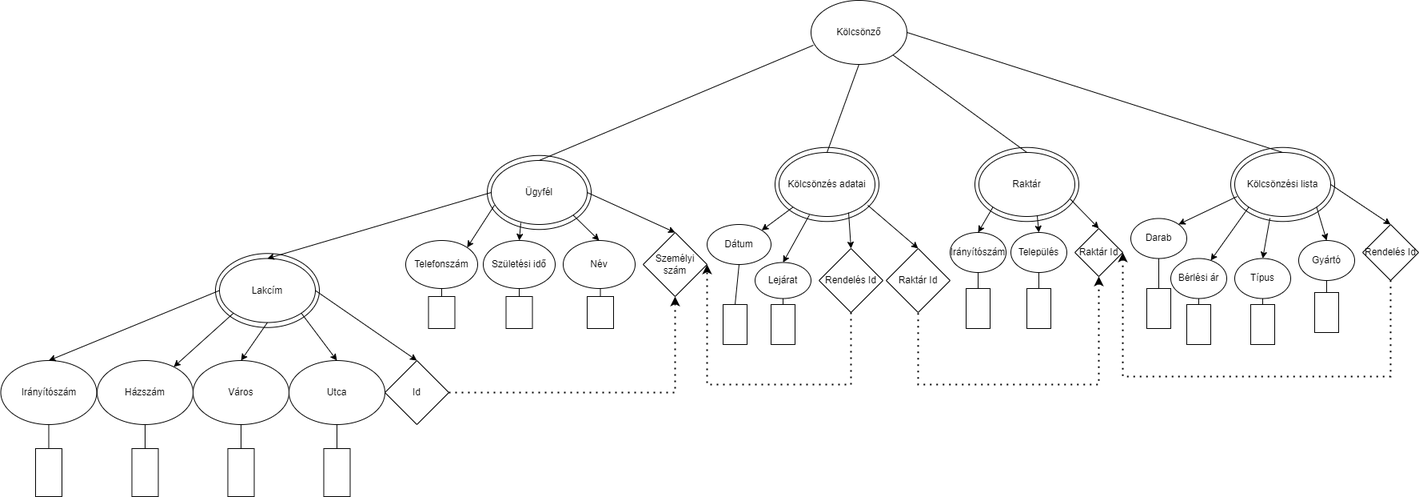
Before: XMLTaskGFMV6T/XDMGFMV6T.png, a diagram exported from draw.io (ladiand/GFMV6T_XMLGyak). Source tidied: cells renumbered, new cells last; positions are measured from the earlier drawing's top-left corner, leaving out a move shared by most shapes.
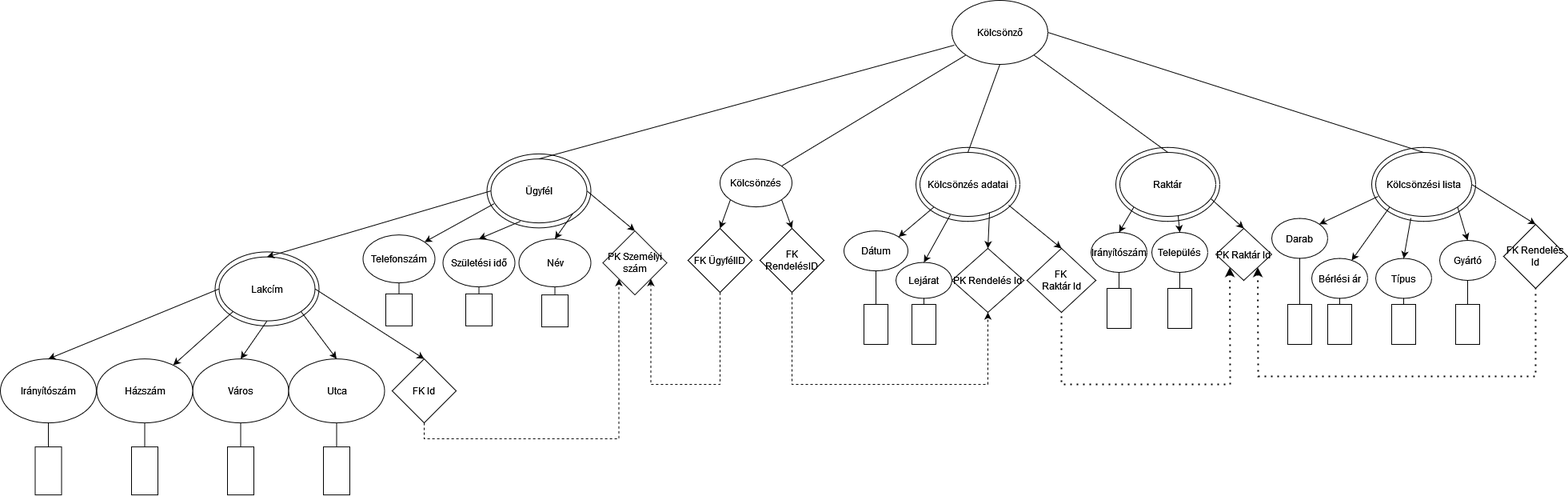
The same file after the commit.

Change to the diagram source:
```diff
@@ -12,22 +12,22 @@
       <mxGeometry x="969" y="183.8" width="130" height="92.5" as="geometry" />
     </mxCell>
     <mxCell id="5" style="ellipse;whiteSpace=wrap;html=1;shadow=0;sketch=0;strokeWidth=1;gradientColor=none;" parent="1" vertex="1">
-      <mxGeometry x="609" y="193.8" width="130" height="92.5" as="geometry" />
+      <mxGeometry x="432.5" y="191.9" width="130" height="92.5" as="geometry" />
     </mxCell>
     <mxCell id="6" style="ellipse;whiteSpace=wrap;html=1;shadow=0;sketch=0;strokeWidth=1;gradientColor=none;" parent="1" vertex="1">
-      <mxGeometry x="269" y="316.2" width="130" height="92.5" as="geometry" />
+      <mxGeometry x="92.5" y="314.4" width="130" height="92.5" as="geometry" />
     </mxCell>
     <mxCell id="7" value="&lt;div&gt;Kölcsönző&lt;/div&gt;" style="ellipse;whiteSpace=wrap;html=1;" parent="1" vertex="1">
       <mxGeometry x="1014" width="120" height="80" as="geometry" />
     </mxCell>
     <mxCell id="8" value="Lakcím" style="ellipse;whiteSpace=wrap;html=1;sketch=0;shadow=0;perimeterSpacing=0;strokeWidth=1;" parent="1" vertex="1">
-      <mxGeometry x="274" y="322.5" width="120" height="80" as="geometry" />
+      <mxGeometry x="97.5" y="320.6" width="120" height="80" as="geometry" />
     </mxCell>
     <mxCell id="9" value="Város" style="ellipse;whiteSpace=wrap;html=1;shadow=0;sketch=0;" parent="1" vertex="1">
-      <mxGeometry x="241" y="450" width="120" height="80" as="geometry" />
+      <mxGeometry x="64.5" y="448.1" width="120" height="80" as="geometry" />
     </mxCell>
     <mxCell id="10" value="Utca" style="ellipse;whiteSpace=wrap;html=1;shadow=0;sketch=0;" parent="1" vertex="1">
-      <mxGeometry x="361" y="450" width="120" height="80" as="geometry" />
+      <mxGeometry x="184.5" y="448.1" width="120" height="80" as="geometry" />
     </mxCell>
     <mxCell id="11" style="endArrow=classic;html=1;rounded=0;exitX=0.5;exitY=1;exitDx=0;exitDy=0;entryX=0.5;entryY=0;entryDx=0;entryDy=0;" parent="1" edge="1" source="8" target="9">
       <mxGeometry relative="1" as="geometry" />
@@ -35,35 +35,38 @@
     <mxCell id="12" style="endArrow=classic;html=1;rounded=0;exitX=1;exitY=1;exitDx=0;exitDy=0;entryX=0.5;entryY=0;entryDx=0;entryDy=0;" parent="1" edge="1" source="8" target="10">
       <mxGeometry relative="1" as="geometry" />
     </mxCell>
+    <mxCell id="92" style="edgeStyle=orthogonalEdgeStyle;rounded=0;jettySize=auto;html=1;exitX=0.5;exitY=1;exitDx=0;exitDy=0;entryX=0;entryY=1;entryDx=0;entryDy=0;dashed=1;startArrow=none;startFill=0;endArrow=classic;endFill=1;" parent="1" edge="1" source="13" target="36">
+      <mxGeometry relative="1" as="geometry" />
+    </mxCell>
-    <mxCell id="13" value="Id" style="rhombus;whiteSpace=wrap;html=1;shadow=0;sketch=0;" parent="1" vertex="1">
-      <mxGeometry x="481" y="450" width="80" height="80" as="geometry" />
+    <mxCell id="13" value="&lt;div&gt;FK Id&lt;/div&gt;" style="rhombus;whiteSpace=wrap;html=1;shadow=0;sketch=0;" parent="1" vertex="1">
+      <mxGeometry x="314" y="448.1" width="80" height="80" as="geometry" />
     </mxCell>
     <mxCell id="14" style="endArrow=classic;html=1;rounded=0;entryX=0.5;entryY=0;entryDx=0;entryDy=0;exitX=1;exitY=0.5;exitDx=0;exitDy=0;" parent="1" edge="1" source="8" target="13">
       <mxGeometry relative="1" as="geometry" />
     </mxCell>
     <mxCell id="15" value="Házszám" style="ellipse;whiteSpace=wrap;html=1;shadow=0;sketch=0;" parent="1" vertex="1">
-      <mxGeometry x="121" y="450" width="120" height="80" as="geometry" />
+      <mxGeometry x="-55.5" y="448.1" width="120" height="80" as="geometry" />
     </mxCell>
     <mxCell id="16" style="endArrow=classic;html=1;rounded=0;exitX=0;exitY=1;exitDx=0;exitDy=0;" parent="1" edge="1" source="8" target="15">
       <mxGeometry relative="1" as="geometry" />
     </mxCell>
     <mxCell id="17" value="Irányítószám" style="ellipse;whiteSpace=wrap;html=1;shadow=0;sketch=0;" parent="1" vertex="1">
-      <mxGeometry x="0.5" y="450" width="120" height="80" as="geometry" />
+      <mxGeometry x="-176" y="448.1" width="120" height="80" as="geometry" />
     </mxCell>
     <mxCell id="18" style="endArrow=classic;html=1;rounded=0;entryX=0.5;entryY=0;entryDx=0;entryDy=0;exitX=0;exitY=0.5;exitDx=0;exitDy=0;" parent="1" edge="1" source="8" target="17">
       <mxGeometry relative="1" as="geometry" />
     </mxCell>
     <mxCell id="19" style="rounded=0;whiteSpace=wrap;html=1;shadow=0;sketch=0;" parent="1" vertex="1">
-      <mxGeometry x="164.5" y="560" width="33" height="60" as="geometry" />
+      <mxGeometry x="-12" y="558.1" width="33" height="60" as="geometry" />
     </mxCell>
     <mxCell id="20" style="rounded=0;whiteSpace=wrap;html=1;shadow=0;sketch=0;" parent="1" vertex="1">
-      <mxGeometry x="44" y="560" width="33" height="60" as="geometry" />
+      <mxGeometry x="-132.5" y="558.1" width="33" height="60" as="geometry" />
     </mxCell>
     <mxCell id="21" style="rounded=0;whiteSpace=wrap;html=1;shadow=0;sketch=0;" parent="1" vertex="1">
-      <mxGeometry x="284.5" y="560" width="33" height="60" as="geometry" />
+      <mxGeometry x="108" y="558.1" width="33" height="60" as="geometry" />
     </mxCell>
     <mxCell id="22" style="rounded=0;whiteSpace=wrap;html=1;shadow=0;sketch=0;" parent="1" vertex="1">
-      <mxGeometry x="404.5" y="560" width="33" height="60" as="geometry" />
+      <mxGeometry x="228" y="558.1" width="33" height="60" as="geometry" />
     </mxCell>
     <mxCell id="23" style="endArrow=none;html=1;rounded=0;entryX=0.5;entryY=1;entryDx=0;entryDy=0;exitX=0.5;exitY=0;exitDx=0;exitDy=0;" parent="1" edge="1" source="20" target="17">
       <mxGeometry relative="1" as="geometry" />
@@ -78,19 +81,19 @@
       <mxGeometry relative="1" as="geometry" />
     </mxCell>
     <mxCell id="27" value="Ügyfél" style="ellipse;whiteSpace=wrap;html=1;shadow=0;sketch=0;" parent="1" vertex="1">
-      <mxGeometry x="614" y="200" width="120" height="80" as="geometry" />
+      <mxGeometry x="437.5" y="198.1" width="120" height="80" as="geometry" />
     </mxCell>
     <mxCell id="28" style="endArrow=classic;html=1;rounded=0;entryX=0.5;entryY=0;entryDx=0;entryDy=0;exitX=0;exitY=0.5;exitDx=0;exitDy=0;" parent="1" edge="1" source="27" target="8">
       <mxGeometry relative="1" as="geometry" />
     </mxCell>
     <mxCell id="29" value="Születési idő" style="ellipse;whiteSpace=wrap;html=1;shadow=0;sketch=0;" parent="1" vertex="1">
-      <mxGeometry x="604" y="300" width="90" height="60" as="geometry" />
+      <mxGeometry x="377.5" y="298.1" width="90" height="60" as="geometry" />
     </mxCell>
     <mxCell id="30" value="Név" style="ellipse;whiteSpace=wrap;html=1;shadow=0;sketch=0;" parent="1" vertex="1">
-      <mxGeometry x="704" y="300" width="90" height="60" as="geometry" />
+      <mxGeometry x="472.5" y="298.1" width="90" height="60" as="geometry" />
     </mxCell>
     <mxCell id="31" value="Telefonszám" style="ellipse;whiteSpace=wrap;html=1;shadow=0;sketch=0;" parent="1" vertex="1">
-      <mxGeometry x="507" y="300" width="90" height="60" as="geometry" />
+      <mxGeometry x="277.5" y="293.1" width="90" height="60" as="geometry" />
     </mxCell>
     <mxCell id="32" style="endArrow=classic;html=1;rounded=0;entryX=1;entryY=0;entryDx=0;entryDy=0;exitX=0.033;exitY=0.7;exitDx=0;exitDy=0;exitPerimeter=0;" parent="1" edge="1" source="27" target="31">
       <mxGeometry relative="1" as="geometry" />
@@ -104,46 +107,52 @@
     <mxCell id="35" style="endArrow=classic;html=1;rounded=0;entryX=0.5;entryY=0;entryDx=0;entryDy=0;exitX=1;exitY=0.5;exitDx=0;exitDy=0;" parent="1" edge="1" source="27" target="36">
       <mxGeometry relative="1" as="geometry" />
     </mxCell>
+    <mxCell id="94" style="edgeStyle=orthogonalEdgeStyle;rounded=0;jettySize=auto;html=1;entryX=0.5;entryY=1;entryDx=0;entryDy=0;dashed=1;endArrow=none;endFill=0;startArrow=classic;startFill=1;exitX=1;exitY=1;exitDx=0;exitDy=0;" parent="1" edge="1" source="36" target="96">
+      <mxGeometry relative="1" as="geometry">
+        <Array as="points">
+          <mxPoint x="637" y="480" />
+          <mxPoint x="724" y="480" />
+        </Array>
+      </mxGeometry>
+    </mxCell>
-    <mxCell id="36" value="Személyi szám" style="rhombus;whiteSpace=wrap;html=1;shadow=0;sketch=0;" parent="1" vertex="1">
-      <mxGeometry x="804" y="290" width="80" height="80" as="geometry" />
+    <mxCell id="36" value="PK Személyi szám" style="rhombus;whiteSpace=wrap;html=1;shadow=0;sketch=0;fontStyle=0;" parent="1" vertex="1">
+      <mxGeometry x="577.5" y="288.1" width="80" height="80" as="geometry" />
     </mxCell>
     <mxCell id="37" style="rounded=0;whiteSpace=wrap;html=1;shadow=0;sketch=0;" parent="1" vertex="1">
-      <mxGeometry x="535.5" y="370" width="33" height="40" as="geometry" />
+      <mxGeometry x="306" y="366.9" width="33" height="40" as="geometry" />
     </mxCell>
     <mxCell id="38" style="endArrow=none;html=1;rounded=0;entryX=0.5;entryY=1;entryDx=0;entryDy=0;exitX=0.5;exitY=0;exitDx=0;exitDy=0;" parent="1" edge="1" source="37" target="31">
       <mxGeometry relative="1" as="geometry" />
     </mxCell>
     <mxCell id="39" style="rounded=0;whiteSpace=wrap;html=1;shadow=0;sketch=0;" parent="1" vertex="1">
-      <mxGeometry x="632.5" y="370" width="33" height="40" as="geometry" />
+      <mxGeometry x="406" y="366.9" width="33" height="40" as="geometry" />
     </mxCell>
     <mxCell id="40" style="endArrow=none;html=1;rounded=0;entryX=0.5;entryY=1;entryDx=0;entryDy=0;exitX=0.5;exitY=0;exitDx=0;exitDy=0;" parent="1" edge="1" source="39" target="29">
       <mxGeometry relative="1" as="geometry" />
     </mxCell>
     <mxCell id="41" style="rounded=0;whiteSpace=wrap;html=1;shadow=0;sketch=0;" parent="1" vertex="1">
-      <mxGeometry x="734" y="370" width="33" height="40" as="geometry" />
+      <mxGeometry x="501" y="368.1" width="33" height="40" as="geometry" />
     </mxCell>
-    <mxCell id="42" style="endArrow=none;html=1;rounded=0;entryX=0.5;entryY=1;entryDx=0;entryDy=0;exitX=0.5;exitY=0;exitDx=0;exitDy=0;" parent="1" edge="1" source="41">
-      <mxGeometry relative="1" as="geometry">
-        <mxPoint x="750.5" y="360" as="targetPoint" />
-      </mxGeometry>
+    <mxCell id="42" style="endArrow=none;html=1;rounded=0;entryX=0.5;entryY=1;entryDx=0;entryDy=0;exitX=0.5;exitY=0;exitDx=0;exitDy=0;" parent="1" edge="1" source="41" target="30">
+      <mxGeometry relative="1" as="geometry" />
     </mxCell>
     <mxCell id="43" value="Kölcsönzés adatai" style="ellipse;whiteSpace=wrap;html=1;shadow=0;sketch=0;" parent="1" vertex="1">
       <mxGeometry x="974" y="190" width="120" height="80" as="geometry" />
     </mxCell>
-    <mxCell id="44" value="&lt;div&gt;Raktár Id&lt;/div&gt;" style="rhombus;whiteSpace=wrap;html=1;shadow=0;sketch=0;" parent="1" vertex="1">
-      <mxGeometry x="1108" y="310" width="80" height="80" as="geometry" />
+    <mxCell id="44" value="FK &lt;br&gt;&lt;div&gt;Raktár Id&lt;/div&gt;" style="rhombus;whiteSpace=wrap;html=1;shadow=0;sketch=0;" parent="1" vertex="1">
+      <mxGeometry x="1108" y="310" width="86" height="80" as="geometry" />
     </mxCell>
     <mxCell id="45" style="endArrow=classic;html=1;rounded=0;exitX=0.925;exitY=0.825;exitDx=0;exitDy=0;exitPerimeter=0;entryX=0.5;entryY=0;entryDx=0;entryDy=0;" parent="1" edge="1" source="43" target="44">
       <mxGeometry relative="1" as="geometry" />
     </mxCell>
-    <mxCell id="46" value="Rendelés Id" style="rhombus;whiteSpace=wrap;html=1;shadow=0;sketch=0;" parent="1" vertex="1">
-      <mxGeometry x="1024" y="310" width="80" height="80" as="geometry" />
+    <mxCell id="46" value="PK Rendelés Id" style="rhombus;whiteSpace=wrap;html=1;shadow=0;sketch=0;" parent="1" vertex="1">
+      <mxGeometry x="1014" y="310" width="90" height="80" as="geometry" />
     </mxCell>
     <mxCell id="47" style="endArrow=classic;html=1;rounded=0;exitX=0.725;exitY=0.938;exitDx=0;exitDy=0;exitPerimeter=0;entryX=0.5;entryY=0;entryDx=0;entryDy=0;" parent="1" edge="1" source="43" target="46">
       <mxGeometry relative="1" as="geometry" />
     </mxCell>
     <mxCell id="48" value="Dátum" style="ellipse;whiteSpace=wrap;html=1;shadow=0;sketch=0;" parent="1" vertex="1">
-      <mxGeometry x="884" y="280" width="80" height="50" as="geometry" />
+      <mxGeometry x="879" y="288.1" width="80" height="50" as="geometry" />
     </mxCell>
     <mxCell id="49" value="Lejárat" style="ellipse;whiteSpace=wrap;html=1;shadow=0;sketch=0;" parent="1" vertex="1">
       <mxGeometry x="944" y="327.5" width="70" height="45" as="geometry" />
@@ -175,8 +184,8 @@
     <mxCell id="58" value="Település" style="ellipse;whiteSpace=wrap;html=1;shadow=0;sketch=0;" parent="1" vertex="1">
       <mxGeometry x="1264" y="290" width="70" height="50" as="geometry" />
     </mxCell>
-    <mxCell id="59" value="&lt;div&gt;Raktár Id&lt;/div&gt;" style="rhombus;whiteSpace=wrap;html=1;shadow=0;sketch=0;" parent="1" vertex="1">
-      <mxGeometry x="1344" y="285" width="60" height="60" as="geometry" />
+    <mxCell id="59" value="&lt;div&gt;PK Raktár Id&lt;/div&gt;" style="rhombus;whiteSpace=wrap;html=1;shadow=0;sketch=0;" parent="1" vertex="1">
+      <mxGeometry x="1344" y="285" width="70" height="65" as="geometry" />
     </mxCell>
     <mxCell id="60" style="endArrow=classic;html=1;rounded=0;exitX=0;exitY=1;exitDx=0;exitDy=0;entryX=0.5;entryY=0;entryDx=0;entryDy=0;" parent="1" edge="1" source="56" target="57">
       <mxGeometry relative="1" as="geometry" />
@@ -214,8 +223,8 @@
     <mxCell id="71" style="endArrow=none;html=1;rounded=0;exitX=0.5;exitY=0;exitDx=0;exitDy=0;entryX=0.5;entryY=1;entryDx=0;entryDy=0;" parent="1" edge="1" source="70" target="58">
       <mxGeometry relative="1" as="geometry" />
     </mxCell>
-    <mxCell id="72" value="Rendelés Id" style="rhombus;whiteSpace=wrap;html=1;shadow=0;sketch=0;" parent="1" vertex="1">
-      <mxGeometry x="1704" y="280" width="70" height="70" as="geometry" />
+    <mxCell id="72" value="&lt;div&gt;FK Rendelés Id&lt;/div&gt;" style="rhombus;whiteSpace=wrap;html=1;shadow=0;sketch=0;" parent="1" vertex="1">
+      <mxGeometry x="1704" y="280" width="80" height="80" as="geometry" />
     </mxCell>
     <mxCell id="73" style="endArrow=classic;html=1;rounded=0;exitX=1;exitY=0.5;exitDx=0;exitDy=0;entryX=0.5;entryY=0;entryDx=0;entryDy=0;" parent="1" edge="1" source="63" target="72">
       <mxGeometry relative="1" as="geometry" />
@@ -257,47 +266,58 @@
       <mxGeometry relative="1" as="geometry" />
     </mxCell>
     <mxCell id="86" style="rounded=0;whiteSpace=wrap;html=1;shadow=0;sketch=0;" parent="1" vertex="1">
-      <mxGeometry x="1434" y="360" width="30" height="50" as="geometry" />
+      <mxGeometry x="1434" y="380" width="30" height="50" as="geometry" />
     </mxCell>
     <mxCell id="87" style="endArrow=none;html=1;rounded=0;entryX=0.5;entryY=1;entryDx=0;entryDy=0;exitX=0.5;exitY=0;exitDx=0;exitDy=0;" parent="1" edge="1" source="86" target="64">
       <mxGeometry relative="1" as="geometry" />
     </mxCell>
     <mxCell id="88" style="rounded=0;whiteSpace=wrap;html=1;shadow=0;sketch=0;" parent="1" vertex="1">
-      <mxGeometry x="1644" y="365" width="30" height="50" as="geometry" />
+      <mxGeometry x="1644" y="380" width="30" height="50" as="geometry" />
     </mxCell>
     <mxCell id="89" style="endArrow=none;html=1;rounded=0;entryX=0.5;entryY=1;entryDx=0;entryDy=0;exitX=0.5;exitY=0;exitDx=0;exitDy=0;" parent="1" edge="1" source="88" target="67">
       <mxGeometry relative="1" as="geometry" />
     </mxCell>
-    <mxCell id="90" style="endArrow=none;dashed=1;html=1;dashPattern=1 3;strokeWidth=2;rounded=0;entryX=0.5;entryY=1;entryDx=0;entryDy=0;exitX=0.5;exitY=1;exitDx=0;exitDy=0;endFill=0;startArrow=classic;startFill=1;" parent="1" edge="1" source="59" target="44">
+    <mxCell id="90" style="endArrow=none;dashed=1;html=1;dashPattern=1 3;strokeWidth=2;rounded=0;entryX=0.5;entryY=1;entryDx=0;entryDy=0;exitX=0;exitY=1;exitDx=0;exitDy=0;endFill=0;startArrow=classic;startFill=1;" parent="1" edge="1" source="59" target="44">
       <mxGeometry relative="1" as="geometry">
         <Array as="points">
-          <mxPoint x="1374" y="480" />
-          <mxPoint x="1148" y="480" />
+          <mxPoint x="1362" y="480" />
+          <mxPoint x="1151" y="480" />
         </Array>
       </mxGeometry>
     </mxCell>
-    <mxCell id="91" style="endArrow=classic;dashed=1;html=1;dashPattern=1 3;strokeWidth=2;rounded=0;entryX=1;entryY=0.5;entryDx=0;entryDy=0;exitX=0.5;exitY=1;exitDx=0;exitDy=0;startArrow=none;startFill=0;endFill=1;" parent="1" edge="1" source="46" target="36">
-      <mxGeometry relative="1" as="geometry">
-        <Array as="points">
-          <mxPoint x="1064" y="480" />
-          <mxPoint x="884" y="480" />
-        </Array>
-      </mxGeometry>
-    </mxCell>
-    <mxCell id="92" style="endArrow=classic;dashed=1;html=1;dashPattern=1 3;strokeWidth=2;rounded=0;exitX=1;exitY=0.5;exitDx=0;exitDy=0;entryX=0.5;entryY=1;entryDx=0;entryDy=0;endFill=1;" parent="1" edge="1" source="13" target="36">
-      <mxGeometry relative="1" as="geometry">
-        <Array as="points">
-          <mxPoint x="844" y="490" />
-        </Array>
-      </mxGeometry>
-    </mxCell>
-    <mxCell id="93" style="endArrow=none;dashed=1;html=1;dashPattern=1 3;strokeWidth=2;rounded=0;entryX=0.5;entryY=1;entryDx=0;entryDy=0;exitX=1;exitY=0.5;exitDx=0;exitDy=0;startArrow=classic;startFill=1;endFill=0;" parent="1" edge="1" source="59" target="72">
+    <mxCell id="93" style="endArrow=none;dashed=1;html=1;dashPattern=1 3;strokeWidth=2;rounded=0;entryX=0.5;entryY=1;entryDx=0;entryDy=0;exitX=1;exitY=1;exitDx=0;exitDy=0;startArrow=classic;startFill=1;endFill=0;" parent="1" edge="1" source="59" target="72">
       <mxGeometry relative="1" as="geometry">
         <Array as="points">
-          <mxPoint x="1404" y="470" />
-          <mxPoint x="1739" y="470" />
+          <mxPoint x="1397" y="470" />
+          <mxPoint x="1744" y="470" />
         </Array>
       </mxGeometry>
     </mxCell>
+    <mxCell id="95" value="Kölcsönzés" style="ellipse;whiteSpace=wrap;html=1;" parent="1" vertex="1">
+      <mxGeometry x="724" y="198.1" width="90" height="60" as="geometry" />
+    </mxCell>
+    <mxCell id="96" value="&lt;div&gt;FK ÜgyfélID&lt;/div&gt;" style="rhombus;whiteSpace=wrap;html=1;shadow=0;sketch=0;" parent="1" vertex="1">
+      <mxGeometry x="684" y="285" width="80" height="80" as="geometry" />
+    </mxCell>
+    <mxCell id="97" style="edgeStyle=orthogonalEdgeStyle;rounded=0;jettySize=auto;html=1;exitX=0.5;exitY=1;exitDx=0;exitDy=0;entryX=0.5;entryY=1;entryDx=0;entryDy=0;dashed=1;startArrow=none;startFill=0;endArrow=classic;endFill=1;" parent="1" edge="1" source="98" target="46">
+      <mxGeometry relative="1" as="geometry">
+        <Array as="points">
+          <mxPoint x="814" y="480" />
+          <mxPoint x="1059" y="480" />
+        </Array>
+      </mxGeometry>
+    </mxCell>
+    <mxCell id="98" value="FK RendelésID" style="rhombus;whiteSpace=wrap;html=1;shadow=0;sketch=0;" parent="1" vertex="1">
+      <mxGeometry x="774" y="285" width="80" height="80" as="geometry" />
+    </mxCell>
+    <mxCell id="99" style="endArrow=classic;html=1;rounded=0;exitX=0;exitY=1;exitDx=0;exitDy=0;entryX=0.5;entryY=0;entryDx=0;entryDy=0;" parent="1" edge="1" source="95" target="96">
+      <mxGeometry relative="1" as="geometry" />
+    </mxCell>
+    <mxCell id="100" style="endArrow=classic;html=1;rounded=0;exitX=1;exitY=1;exitDx=0;exitDy=0;entryX=0.5;entryY=0;entryDx=0;entryDy=0;" parent="1" edge="1" source="95" target="98">
+      <mxGeometry relative="1" as="geometry" />
+    </mxCell>
+    <mxCell id="101" style="endArrow=none;html=1;rounded=0;entryX=0;entryY=1;entryDx=0;entryDy=0;exitX=1;exitY=0;exitDx=0;exitDy=0;" parent="1" edge="1" source="95" target="7">
+      <mxGeometry relative="1" as="geometry" />
+    </mxCell>
   </root>
 </mxGraphModel>
```
